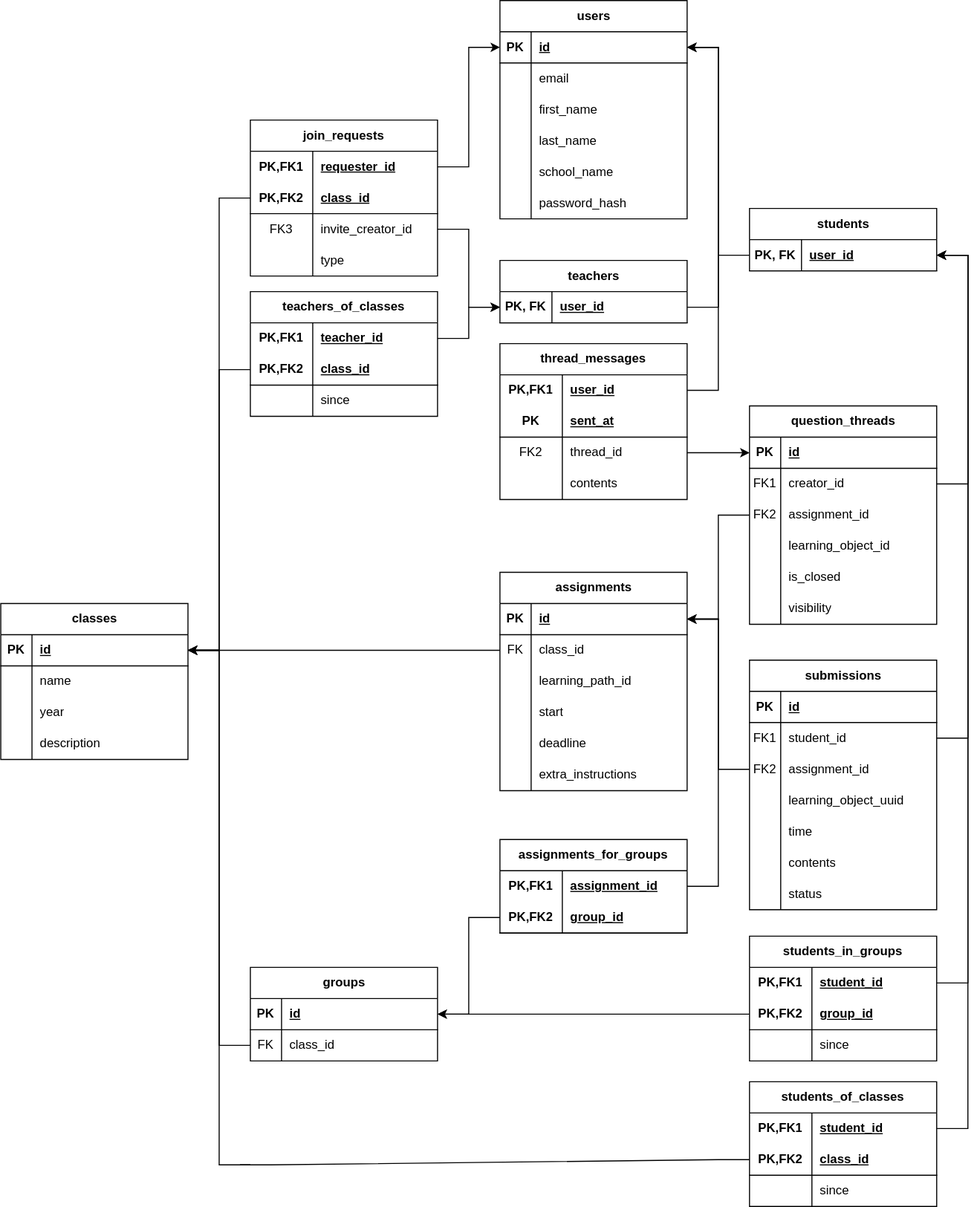
SELab-2/Dwengo-2 keeps this draw.io diagram as backend/src/infrastructure/database/dwengo_database.drawio.svg. Above is the earlier version. Source tidied: cells renumbered, new cells last; positions are measured from the earlier drawing's top-left corner, leaving out a move shared by most shapes.
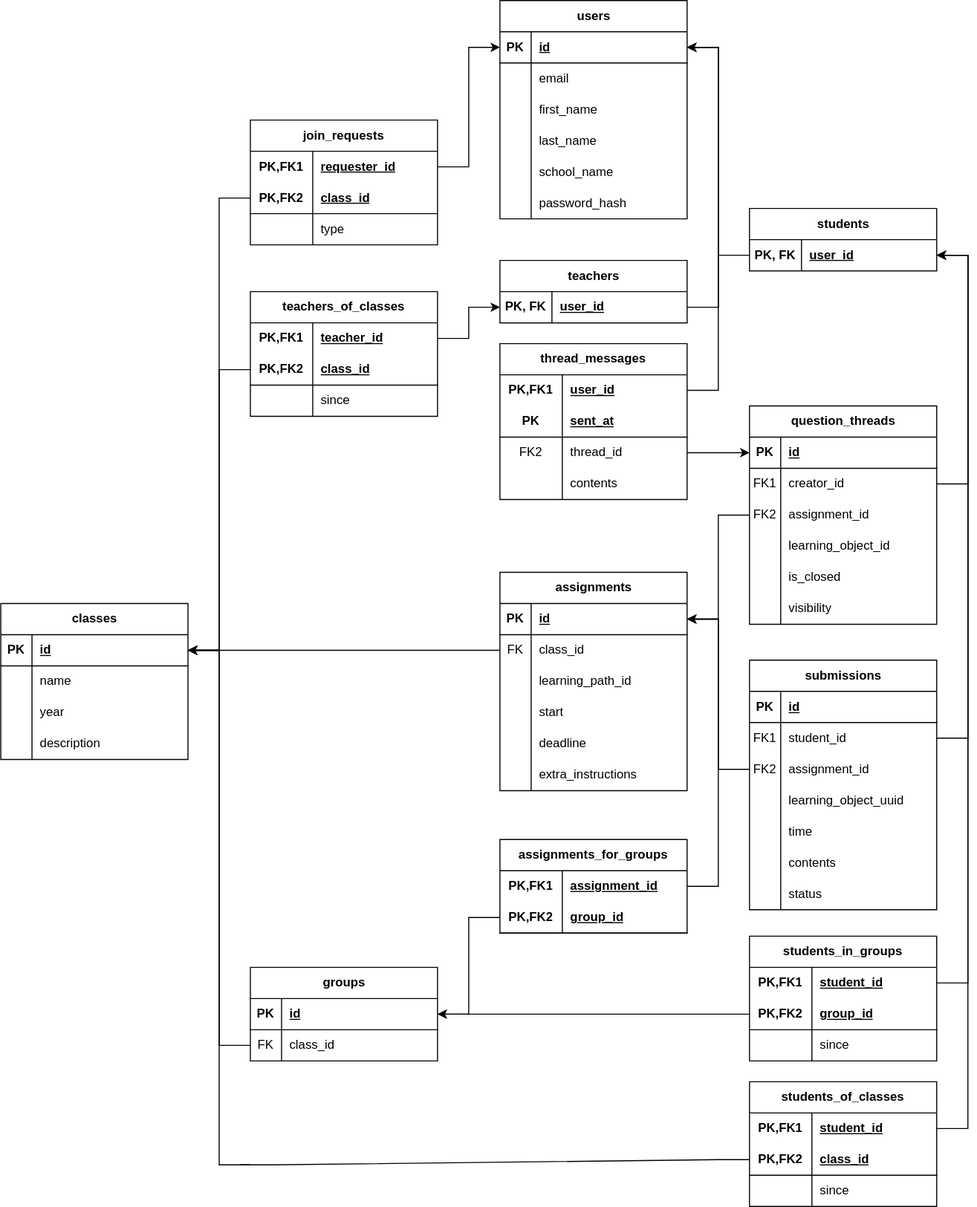
The same file after the commit.

Diff of the diagram source:
```diff
@@ -100,7 +100,7 @@
       <mxGeometry x="50" width="130" height="30" as="geometry" />
     </mxCell>
     <mxCell id="31" value="join_requests" style="shape=table;startSize=30;rowLines=0;fontStyle=1;align=center;html=1;whiteSpace=wrap;" parent="1" vertex="1">
-      <mxGeometry x="240" y="115" width="180" height="150" as="geometry" />
+      <mxGeometry x="240" y="115" width="180" height="120" as="geometry" />
     </mxCell>
     <mxCell id="32" style="shape=tableRow;horizontal=0;startSize=0;swimlaneHead=0;swimlaneBody=0;fillColor=none;points=[[0,0.5],[1,0.5]];portConstraint=eastwest;top=0;left=0;right=0;bottom=0;html=1;" parent="31" vertex="1">
       <mxGeometry y="30" width="180" height="30" as="geometry" />
@@ -123,28 +123,12 @@
     <mxCell id="38" style="shape=tableRow;horizontal=0;startSize=0;swimlaneHead=0;swimlaneBody=0;fillColor=none;points=[[0,0.5],[1,0.5]];portConstraint=eastwest;top=0;left=0;right=0;bottom=0;html=1;" parent="31" vertex="1">
       <mxGeometry y="90" width="180" height="30" as="geometry" />
     </mxCell>
-    <mxCell id="39" value="FK3" style="shape=partialRectangle;fillColor=none;top=0;left=0;bottom=0;right=0;overflow=hidden;html=1;whiteSpace=wrap;" parent="38" vertex="1">
+    <mxCell id="39" style="shape=partialRectangle;fillColor=none;top=0;left=0;bottom=0;right=0;overflow=hidden;html=1;whiteSpace=wrap;" parent="38" vertex="1">
       <mxGeometry width="60" height="30" as="geometry" />
     </mxCell>
-    <mxCell id="40" value="invite_creator_id" style="shape=partialRectangle;fillColor=none;top=0;left=0;bottom=0;right=0;align=left;spacingLeft=6;overflow=hidden;html=1;whiteSpace=wrap;" parent="38" vertex="1">
+    <mxCell id="40" value="type" style="shape=partialRectangle;fillColor=none;top=0;left=0;bottom=0;right=0;align=left;spacingLeft=6;overflow=hidden;html=1;whiteSpace=wrap;" parent="38" vertex="1">
       <mxGeometry x="60" width="120" height="30" as="geometry" />
     </mxCell>
-    <mxCell id="41" style="shape=tableRow;horizontal=0;startSize=0;swimlaneHead=0;swimlaneBody=0;fillColor=none;top=0;left=0;right=0;bottom=0;html=1;" parent="31" vertex="1">
-      <mxGeometry y="120" width="180" height="30" as="geometry" />
-    </mxCell>
-    <mxCell id="42" style="shape=partialRectangle;fillColor=none;top=0;left=0;bottom=0;right=0;overflow=hidden;html=1;whiteSpace=wrap;" parent="41" vertex="1">
-      <mxGeometry width="60" height="30" as="geometry" />
-    </mxCell>
-    <mxCell id="43" value="type" style="shape=partialRectangle;fillColor=none;top=0;left=0;bottom=0;right=0;align=left;spacingLeft=6;overflow=hidden;html=1;whiteSpace=wrap;" parent="41" vertex="1">
-      <mxGeometry x="60" width="120" height="30" as="geometry" />
-    </mxCell>
-    <mxCell id="44" style="edgeStyle=entityRelationEdgeStyle;fontSize=12;html=1;endArrow=classic;startArrow=none;rounded=0;startFill=0;endFill=1;" parent="1" edge="1" source="38" target="22">
-      <mxGeometry relative="1" as="geometry">
-        <Array as="points">
-          <mxPoint x="505" y="50" />
-        </Array>
-      </mxGeometry>
-    </mxCell>
     <mxCell id="45" style="edgeStyle=entityRelationEdgeStyle;fontSize=12;html=1;endArrow=classic;startArrow=none;rounded=0;startFill=0;endFill=1;" parent="1" edge="1" source="32" target="3">
       <mxGeometry relative="1" as="geometry" />
     </mxCell>
```
